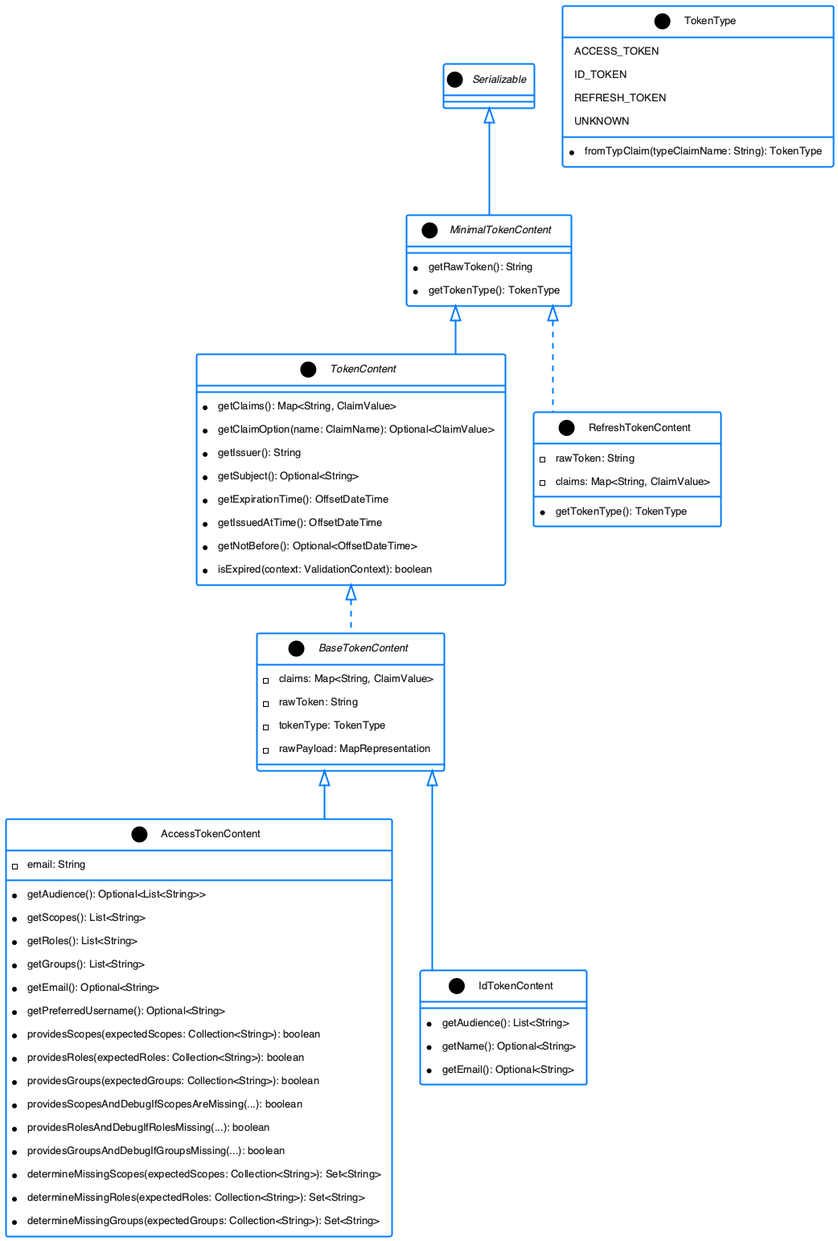
Earlier version of the PlantUML export doc/plantuml/token-types.png (cuioss/TokenSheriff).
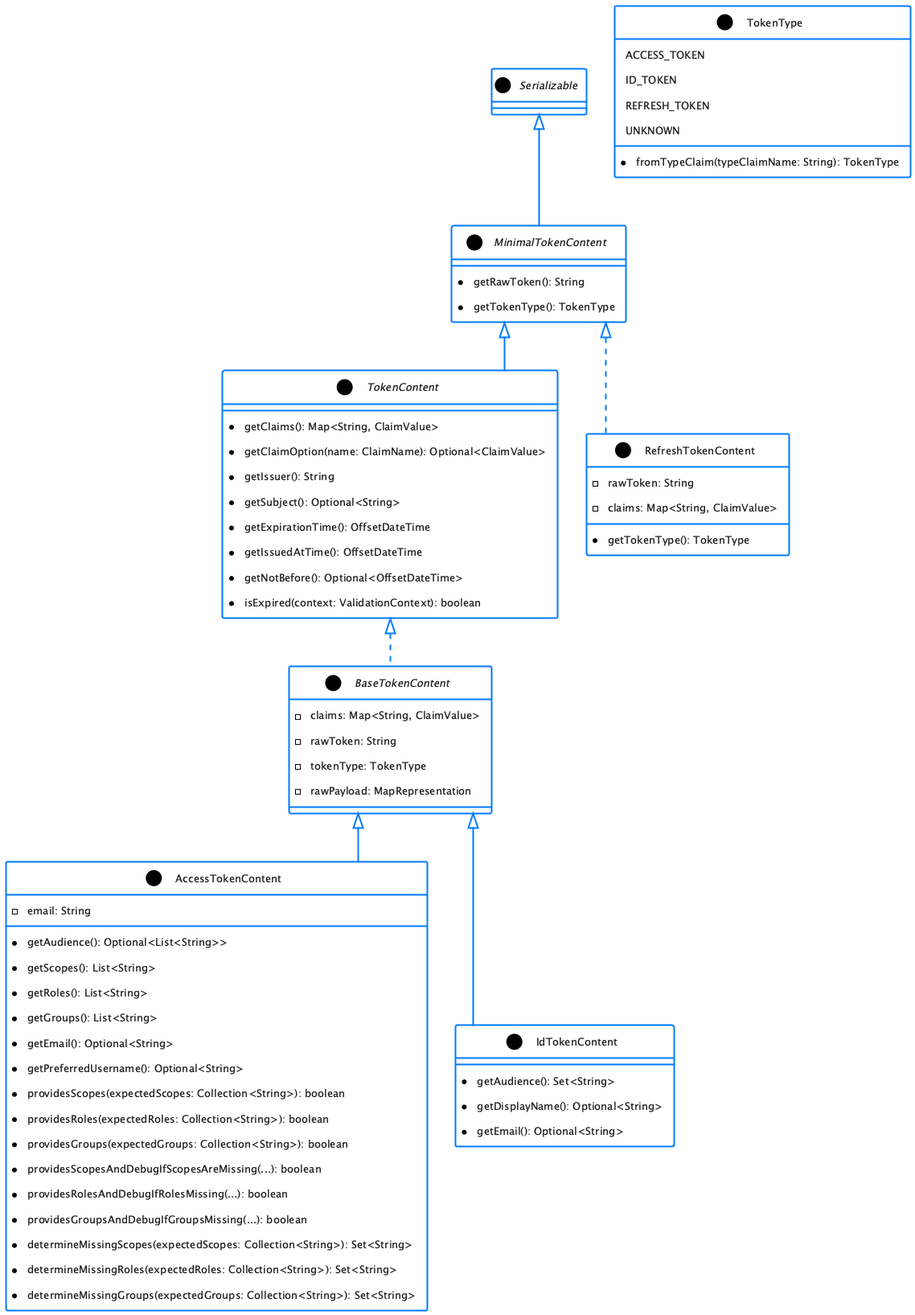
The same file after the commit.

The edit, as a diff of the source:
```diff
@@ -47,8 +47,8 @@
 }
 
 class "IdTokenContent" as IdTokenContent {
-  +getAudience(): List<String>
-  +getName(): Optional<String>
+  +getAudience(): Set<String>
+  +getDisplayName(): Optional<String>
   +getEmail(): Optional<String>
 }
 
@@ -63,7 +63,7 @@
   ID_TOKEN
   REFRESH_TOKEN
   UNKNOWN
-  +fromTypClaim(typeClaimName: String): TokenType
+  +fromTypeClaim(typeClaimName: String): TokenType
 }
 
 Serializable <|-- MinimalTokenContent
```
